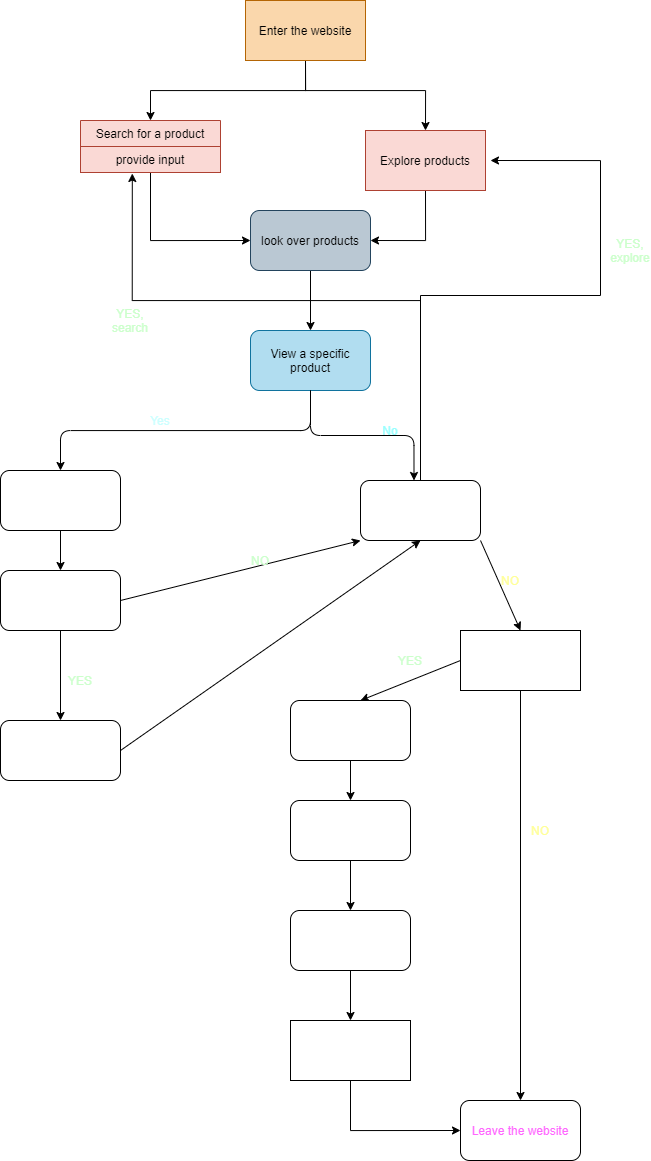
The draw.io diagram explore/diagramming/diagram.drawio.png in zimo27/fa21-cse110-lab4, before a commit. Source tidied: cells renumbered, new cells last; positions are measured from the earlier drawing's top-left corner, leaving out a move shared by most shapes.
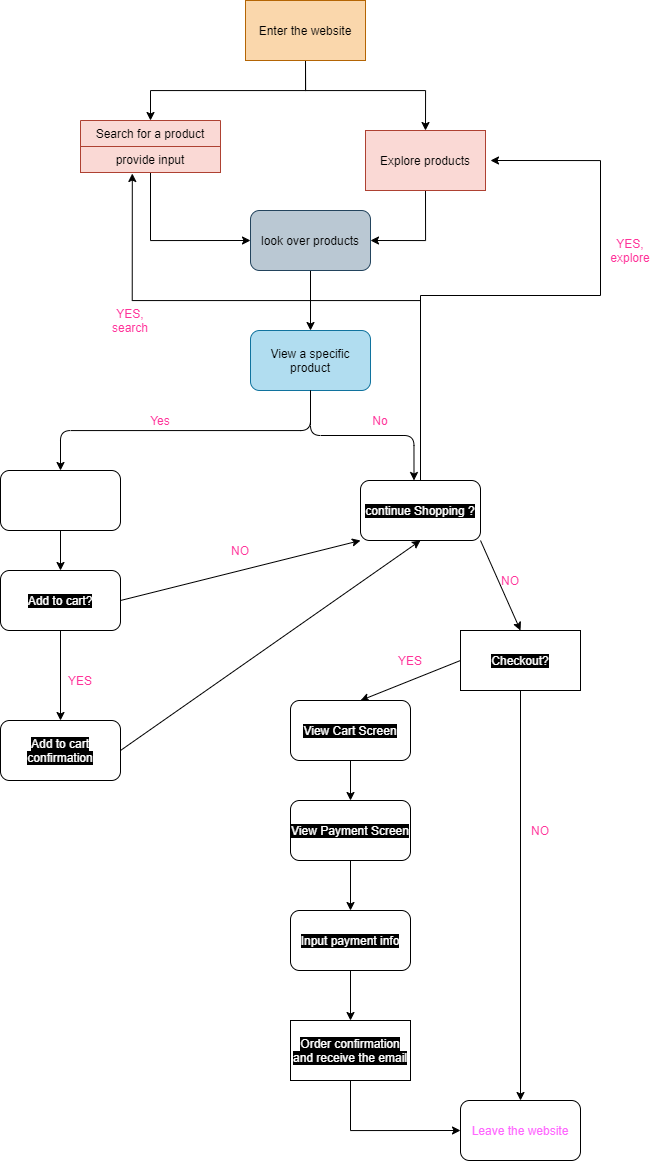
After the commit.

What changed in the source:
```diff
@@ -48,7 +48,7 @@
     <mxCell id="13" style="endArrow=classic;html=1;fontColor=#000000;exitX=0.5;exitY=1;exitDx=0;exitDy=0;entryX=0.5;entryY=0;entryDx=0;entryDy=0;edgeStyle=orthogonalEdgeStyle;" parent="1" edge="1" source="12" target="18">
       <mxGeometry relative="1" as="geometry" />
     </mxCell>
-    <mxCell id="14" value="&lt;font color=&quot;#ccffff&quot;&gt;Yes&lt;/font&gt;" style="text;html=1;strokeColor=none;fillColor=none;align=center;verticalAlign=middle;whiteSpace=wrap;rounded=0;fontColor=#000000;" parent="1" vertex="1">
+    <mxCell id="14" value="&lt;font color=&quot;#ff3399&quot;&gt;Yes&lt;/font&gt;" style="text;html=1;strokeColor=none;fillColor=none;align=center;verticalAlign=middle;whiteSpace=wrap;rounded=0;fontColor=#000000;" parent="1" vertex="1">
       <mxGeometry x="140" y="410" width="40" height="20" as="geometry" />
     </mxCell>
     <mxCell id="15" style="endArrow=classic;html=1;fontColor=#000000;exitX=0.5;exitY=1;exitDx=0;exitDy=0;edgeStyle=orthogonalEdgeStyle;" parent="1" edge="1" source="12">
@@ -56,13 +56,13 @@
         <mxPoint x="413.5" y="480" as="targetPoint" />
       </mxGeometry>
     </mxCell>
-    <mxCell id="16" value="&lt;font color=&quot;#99ffff&quot;&gt;No&lt;/font&gt;" style="text;html=1;strokeColor=none;fillColor=none;align=center;verticalAlign=middle;whiteSpace=wrap;rounded=0;fontColor=#000000;" parent="1" vertex="1">
-      <mxGeometry x="370" y="420" width="40" height="20" as="geometry" />
+    <mxCell id="16" value="&lt;font color=&quot;#ff3399&quot;&gt;No&lt;/font&gt;" style="text;html=1;strokeColor=none;fillColor=none;align=center;verticalAlign=middle;whiteSpace=wrap;rounded=0;fontColor=#000000;" parent="1" vertex="1">
+      <mxGeometry x="360" y="410" width="40" height="20" as="geometry" />
     </mxCell>
     <mxCell id="17" style="edgeStyle=none;rounded=0;jettySize=auto;html=1;exitX=0.5;exitY=1;exitDx=0;exitDy=0;entryX=0.5;entryY=0;entryDx=0;entryDy=0;fontColor=#000000;" parent="1" edge="1" source="18" target="31">
       <mxGeometry relative="1" as="geometry" />
     </mxCell>
-    <mxCell id="18" value="&lt;font color=&quot;#ffffff&quot;&gt;open product web page&lt;/font&gt;" style="rounded=1;whiteSpace=wrap;html=1;fontColor=#000000;align=center;" parent="1" vertex="1">
+    <mxCell id="18" value="&lt;font color=&quot;#ffffff&quot;&gt;open product web page&lt;/font&gt;" style="rounded=1;whiteSpace=wrap;html=1;align=center;" parent="1" vertex="1">
       <mxGeometry y="470" width="120" height="60" as="geometry" />
     </mxCell>
     <mxCell id="19" style="edgeStyle=none;rounded=0;jettySize=auto;html=1;exitX=1;exitY=1;exitDx=0;exitDy=0;entryX=0.5;entryY=0;entryDx=0;entryDy=0;fontColor=#000000;" parent="1" edge="1" source="22" target="26">
@@ -86,7 +86,7 @@
         </Array>
       </mxGeometry>
     </mxCell>
-    <mxCell id="22" value="&lt;font color=&quot;#ffffff&quot;&gt;continue Shopping ?&lt;/font&gt;" style="rounded=1;whiteSpace=wrap;html=1;fontColor=#000000;align=center;" parent="1" vertex="1">
+    <mxCell id="22" value="&lt;font color=&quot;#ffffff&quot; style=&quot;background-color: rgb(0 , 0 , 0)&quot;&gt;continue Shopping ?&lt;/font&gt;" style="rounded=1;whiteSpace=wrap;html=1;align=center;" parent="1" vertex="1">
       <mxGeometry x="360" y="480" width="120" height="60" as="geometry" />
     </mxCell>
     <mxCell id="23" value="&lt;font color=&quot;#ff66ff&quot;&gt;Leave the website&lt;/font&gt;" style="rounded=1;whiteSpace=wrap;html=1;fontColor=#000000;align=center;" parent="1" vertex="1">
@@ -100,13 +100,13 @@
         <mxPoint x="360" y="700" as="targetPoint" />
       </mxGeometry>
     </mxCell>
-    <mxCell id="26" value="&lt;font color=&quot;#ffffff&quot;&gt;Checkout?&lt;/font&gt;" style="rounded=0;whiteSpace=wrap;html=1;fontColor=#000000;align=center;" parent="1" vertex="1">
+    <mxCell id="26" value="&lt;font color=&quot;#ffffff&quot; style=&quot;background-color: rgb(0 , 0 , 0)&quot;&gt;Checkout?&lt;/font&gt;" style="rounded=0;whiteSpace=wrap;html=1;align=center;" parent="1" vertex="1">
       <mxGeometry x="460" y="630" width="120" height="60" as="geometry" />
     </mxCell>
-    <mxCell id="27" value="&lt;font color=&quot;#ffff99&quot;&gt;NO&lt;/font&gt;" style="text;html=1;strokeColor=none;fillColor=none;align=center;verticalAlign=middle;whiteSpace=wrap;rounded=0;fontColor=#000000;" parent="1" vertex="1">
+    <mxCell id="27" value="&lt;font color=&quot;#ff3399&quot;&gt;NO&lt;/font&gt;" style="text;html=1;strokeColor=none;fillColor=none;align=center;verticalAlign=middle;whiteSpace=wrap;rounded=0;fontColor=#000000;" parent="1" vertex="1">
       <mxGeometry x="490" y="570" width="40" height="20" as="geometry" />
     </mxCell>
-    <mxCell id="28" value="&lt;font color=&quot;#ffff99&quot;&gt;NO&lt;/font&gt;" style="text;html=1;strokeColor=none;fillColor=none;align=center;verticalAlign=middle;whiteSpace=wrap;rounded=0;fontColor=#000000;" parent="1" vertex="1">
+    <mxCell id="28" value="&lt;font color=&quot;#ff3399&quot;&gt;NO&lt;/font&gt;" style="text;html=1;strokeColor=none;fillColor=none;align=center;verticalAlign=middle;whiteSpace=wrap;rounded=0;fontColor=#000000;" parent="1" vertex="1">
       <mxGeometry x="520" y="820" width="40" height="20" as="geometry" />
     </mxCell>
     <mxCell id="29" style="edgeStyle=none;rounded=0;jettySize=auto;html=1;exitX=0.5;exitY=1;exitDx=0;exitDy=0;fontColor=#000000;entryX=0.5;entryY=0;entryDx=0;entryDy=0;" parent="1" edge="1" source="31" target="34">
@@ -115,52 +115,52 @@
     <mxCell id="30" style="edgeStyle=none;rounded=0;jettySize=auto;html=1;exitX=1;exitY=0.5;exitDx=0;exitDy=0;entryX=0;entryY=1;entryDx=0;entryDy=0;fontColor=#000000;" parent="1" edge="1" source="31" target="22">
       <mxGeometry relative="1" as="geometry" />
     </mxCell>
-    <mxCell id="31" value="&lt;font color=&quot;#ffffff&quot;&gt;Add to cart?&lt;/font&gt;" style="rounded=1;whiteSpace=wrap;html=1;fontColor=#000000;align=center;" parent="1" vertex="1">
+    <mxCell id="31" value="&lt;font color=&quot;#ffffff&quot; style=&quot;background-color: rgb(0 , 0 , 0)&quot;&gt;Add to cart?&lt;/font&gt;" style="rounded=1;whiteSpace=wrap;html=1;align=center;" parent="1" vertex="1">
       <mxGeometry y="570" width="120" height="60" as="geometry" />
     </mxCell>
-    <mxCell id="32" value="&lt;font color=&quot;#ccffcc&quot;&gt;YES&lt;/font&gt;" style="text;html=1;strokeColor=none;fillColor=none;align=center;verticalAlign=middle;whiteSpace=wrap;rounded=0;fontColor=#000000;" parent="1" vertex="1">
+    <mxCell id="32" value="&lt;font color=&quot;#ff3399&quot;&gt;YES&lt;/font&gt;" style="text;html=1;strokeColor=none;fillColor=none;align=center;verticalAlign=middle;whiteSpace=wrap;rounded=0;fontColor=#000000;" parent="1" vertex="1">
       <mxGeometry x="60" y="670" width="40" height="20" as="geometry" />
     </mxCell>
     <mxCell id="33" style="edgeStyle=none;rounded=0;jettySize=auto;html=1;exitX=1;exitY=0.5;exitDx=0;exitDy=0;entryX=0.5;entryY=1;entryDx=0;entryDy=0;fontColor=#000000;" parent="1" edge="1" source="34" target="22">
       <mxGeometry relative="1" as="geometry" />
     </mxCell>
-    <mxCell id="34" value="&lt;font color=&quot;#ffffff&quot;&gt;Add to cart confirmation&lt;/font&gt;" style="rounded=1;whiteSpace=wrap;html=1;fontColor=#000000;align=center;" parent="1" vertex="1">
+    <mxCell id="34" value="&lt;font color=&quot;#ffffff&quot; style=&quot;background-color: rgb(0 , 0 , 0)&quot;&gt;Add to cart confirmation&lt;/font&gt;" style="rounded=1;whiteSpace=wrap;html=1;align=center;" parent="1" vertex="1">
       <mxGeometry y="720" width="120" height="60" as="geometry" />
     </mxCell>
-    <mxCell id="35" value="&lt;font color=&quot;#ccffcc&quot;&gt;NO&lt;/font&gt;" style="text;html=1;strokeColor=none;fillColor=none;align=center;verticalAlign=middle;whiteSpace=wrap;rounded=0;fontColor=#000000;" parent="1" vertex="1">
-      <mxGeometry x="240" y="550" width="40" height="20" as="geometry" />
+    <mxCell id="35" value="&lt;font color=&quot;#ff3399&quot;&gt;NO&lt;/font&gt;" style="text;html=1;strokeColor=none;fillColor=none;align=center;verticalAlign=middle;whiteSpace=wrap;rounded=0;fontColor=#000000;" parent="1" vertex="1">
+      <mxGeometry x="220" y="540" width="40" height="20" as="geometry" />
     </mxCell>
     <mxCell id="36" style="edgeStyle=orthogonalEdgeStyle;rounded=0;jettySize=auto;html=1;exitX=0.5;exitY=1;exitDx=0;exitDy=0;entryX=0.5;entryY=0;entryDx=0;entryDy=0;fontColor=#000000;" parent="1" edge="1" source="37" target="41">
       <mxGeometry relative="1" as="geometry" />
     </mxCell>
-    <mxCell id="37" value="&lt;font color=&quot;#ffffff&quot;&gt;View Cart Screen&lt;/font&gt;" style="rounded=1;whiteSpace=wrap;html=1;fontColor=#000000;align=center;" parent="1" vertex="1">
+    <mxCell id="37" value="&lt;font color=&quot;#ffffff&quot; style=&quot;background-color: rgb(0 , 0 , 0)&quot;&gt;View Cart Screen&lt;/font&gt;" style="rounded=1;whiteSpace=wrap;html=1;align=center;" parent="1" vertex="1">
       <mxGeometry x="290" y="700" width="120" height="60" as="geometry" />
     </mxCell>
-    <mxCell id="38" value="&lt;font color=&quot;#ccffcc&quot;&gt;YES&lt;/font&gt;" style="text;html=1;strokeColor=none;fillColor=none;align=center;verticalAlign=middle;whiteSpace=wrap;rounded=0;fontColor=#000000;" parent="1" vertex="1">
+    <mxCell id="38" value="&lt;font color=&quot;#ff3399&quot;&gt;YES&lt;/font&gt;" style="text;html=1;strokeColor=none;fillColor=none;align=center;verticalAlign=middle;whiteSpace=wrap;rounded=0;fontColor=#000000;" parent="1" vertex="1">
       <mxGeometry x="390" y="650" width="40" height="20" as="geometry" />
     </mxCell>
-    <mxCell id="39" value="&lt;font color=&quot;#ccffcc&quot;&gt;YES, explore&lt;/font&gt;" style="text;html=1;strokeColor=none;fillColor=none;align=center;verticalAlign=middle;whiteSpace=wrap;rounded=0;fontColor=#000000;" parent="1" vertex="1">
+    <mxCell id="39" value="&lt;font color=&quot;#ff3399&quot;&gt;YES, explore&lt;/font&gt;" style="text;html=1;strokeColor=none;fillColor=none;align=center;verticalAlign=middle;whiteSpace=wrap;rounded=0;fontColor=#000000;" parent="1" vertex="1">
       <mxGeometry x="610" y="240" width="40" height="20" as="geometry" />
     </mxCell>
     <mxCell id="40" style="edgeStyle=orthogonalEdgeStyle;rounded=0;jettySize=auto;html=1;exitX=0.5;exitY=1;exitDx=0;exitDy=0;entryX=0.5;entryY=0;entryDx=0;entryDy=0;fontColor=#000000;" parent="1" edge="1" source="41" target="43">
       <mxGeometry relative="1" as="geometry" />
     </mxCell>
-    <mxCell id="41" value="&lt;font color=&quot;#ffffff&quot;&gt;View Payment Screen&lt;/font&gt;" style="rounded=1;whiteSpace=wrap;html=1;fontColor=#000000;align=center;" parent="1" vertex="1">
+    <mxCell id="41" value="&lt;font color=&quot;#ffffff&quot; style=&quot;background-color: rgb(0 , 0 , 0)&quot;&gt;View Payment Screen&lt;/font&gt;" style="rounded=1;whiteSpace=wrap;html=1;align=center;" parent="1" vertex="1">
       <mxGeometry x="290" y="800" width="120" height="60" as="geometry" />
     </mxCell>
     <mxCell id="42" style="edgeStyle=orthogonalEdgeStyle;rounded=0;jettySize=auto;html=1;exitX=0.5;exitY=1;exitDx=0;exitDy=0;entryX=0.5;entryY=0;entryDx=0;entryDy=0;fontColor=#000000;" parent="1" edge="1" source="43" target="45">
       <mxGeometry relative="1" as="geometry" />
     </mxCell>
-    <mxCell id="43" value="&lt;font color=&quot;#ffffff&quot;&gt;Input payment info&lt;/font&gt;" style="rounded=1;whiteSpace=wrap;html=1;fontColor=#000000;align=center;" parent="1" vertex="1">
+    <mxCell id="43" value="&lt;font color=&quot;#ffffff&quot; style=&quot;background-color: rgb(0 , 0 , 0)&quot;&gt;Input payment info&lt;/font&gt;" style="rounded=1;whiteSpace=wrap;html=1;align=center;" parent="1" vertex="1">
       <mxGeometry x="290" y="910" width="120" height="60" as="geometry" />
     </mxCell>
     <mxCell id="44" style="edgeStyle=orthogonalEdgeStyle;rounded=0;jettySize=auto;html=1;exitX=0.5;exitY=1;exitDx=0;exitDy=0;entryX=0;entryY=0.5;entryDx=0;entryDy=0;fontColor=#000000;" parent="1" edge="1" source="45" target="23">
       <mxGeometry relative="1" as="geometry" />
     </mxCell>
-    <mxCell id="45" value="&lt;font color=&quot;#ffffff&quot;&gt;Order confirmation and receive the email&lt;/font&gt;" style="rounded=0;whiteSpace=wrap;html=1;fontColor=#000000;align=center;" parent="1" vertex="1">
+    <mxCell id="45" value="&lt;font color=&quot;#ffffff&quot; style=&quot;background-color: rgb(0 , 0 , 0)&quot;&gt;Order confirmation and receive the email&lt;/font&gt;" style="rounded=0;whiteSpace=wrap;html=1;align=center;" parent="1" vertex="1">
       <mxGeometry x="290" y="1020" width="120" height="60" as="geometry" />
     </mxCell>
-    <mxCell id="46" value="&lt;font color=&quot;#ccffcc&quot;&gt;YES, search&lt;/font&gt;" style="text;html=1;strokeColor=none;fillColor=none;align=center;verticalAlign=middle;whiteSpace=wrap;rounded=0;fontColor=#000000;" parent="1" vertex="1">
+    <mxCell id="46" value="&lt;font color=&quot;#ff3399&quot;&gt;YES, search&lt;/font&gt;" style="text;html=1;strokeColor=none;fillColor=none;align=center;verticalAlign=middle;whiteSpace=wrap;rounded=0;fontColor=#000000;" parent="1" vertex="1">
       <mxGeometry x="110" y="310" width="40" height="20" as="geometry" />
     </mxCell>
   </root>
```
